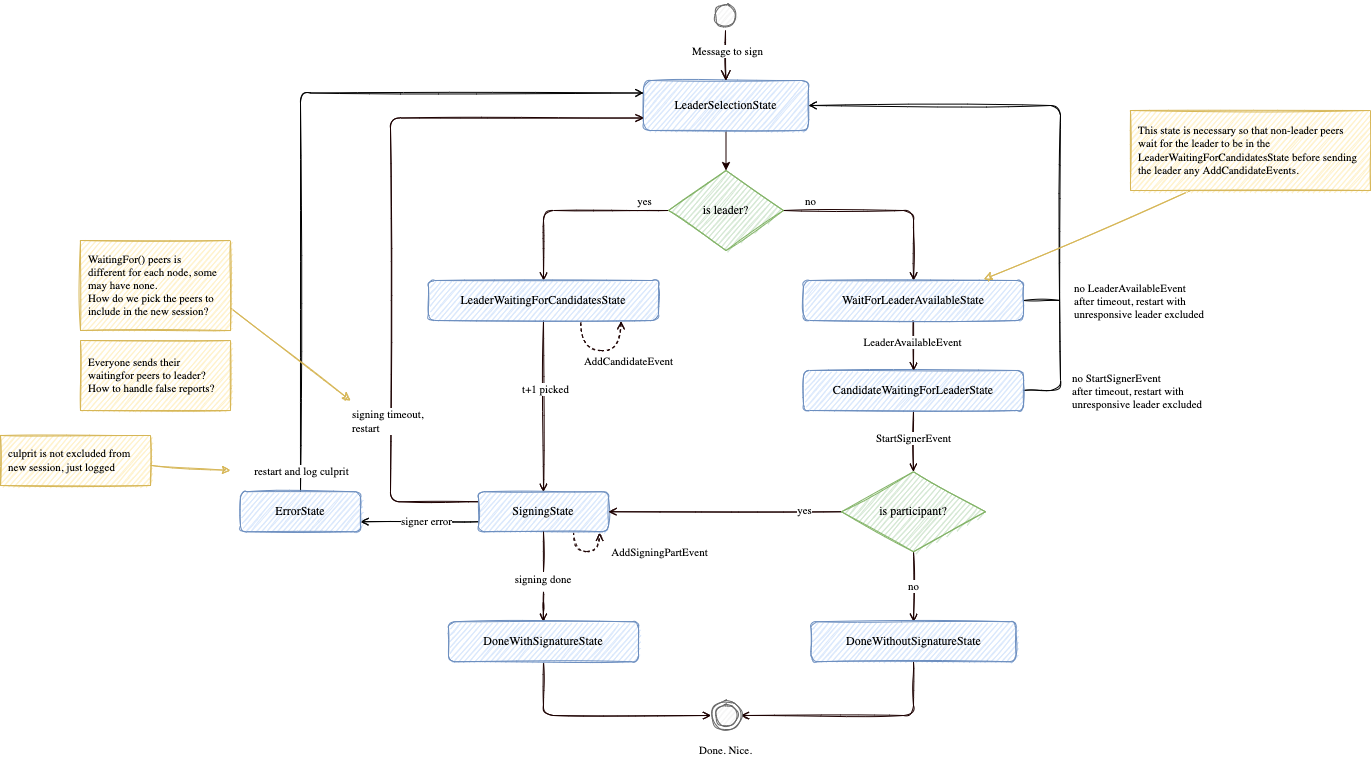
Earlier version of the draw.io export relayer/spec/images/signing_session.drawio.png (Kava-Labs/kava-bridge). Source tidied: cells renumbered, new cells last; positions are measured from the earlier drawing's top-left corner, leaving out a move shared by most shapes.
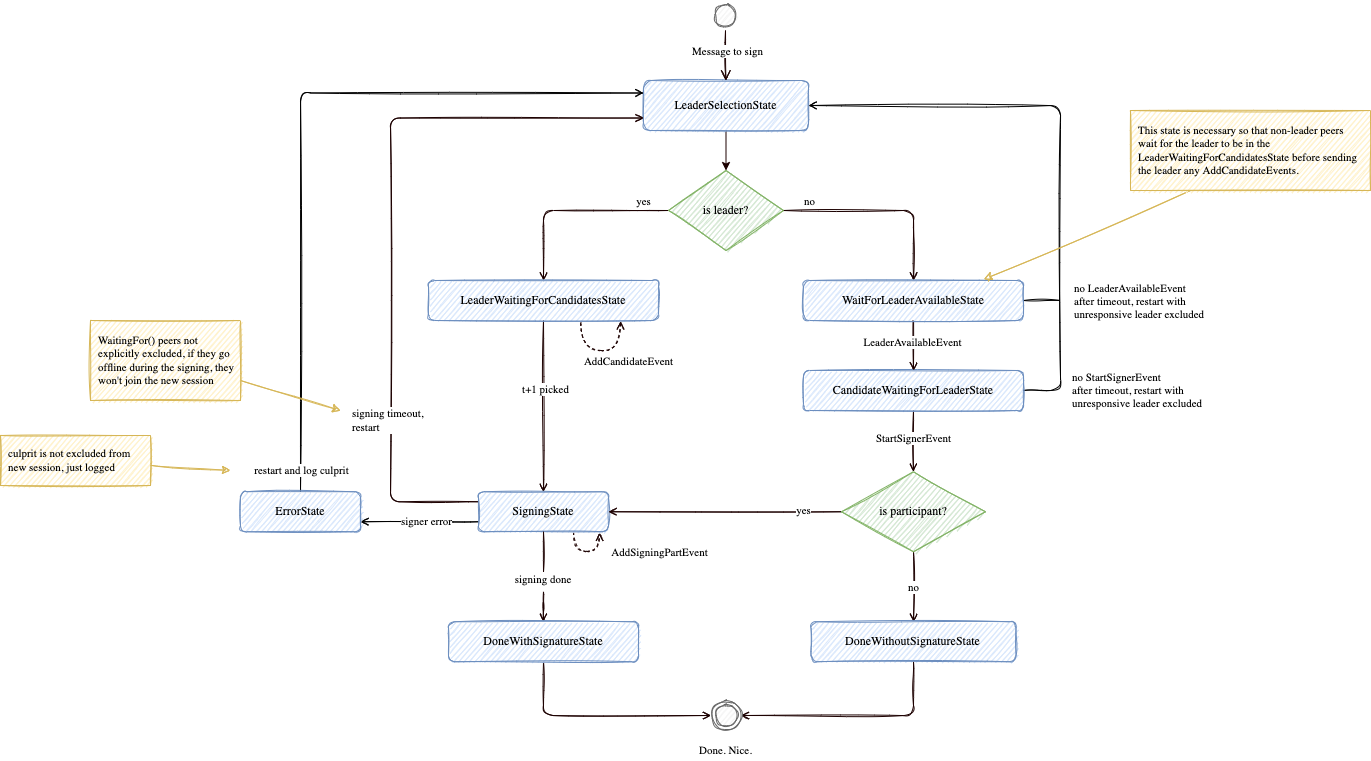
Later version of the same file.

Change to the diagram source:
```diff
@@ -193,11 +193,11 @@
     </mxCell>
     <mxCell id="50" style="edgeStyle=none;rounded=1;sketch=1;jettySize=auto;html=1;labelBorderColor=none;fontFamily=Poppins;fontSource=https%3A%2F%2Ffonts.googleapis.com%2Fcss%3Ffamily%3DPoppins;fontSize=11;strokeColor=#d6b656;elbow=vertical;fillColor=#fff2cc;exitX=1;exitY=0.75;exitDx=0;exitDy=0;" parent="1" edge="1" source="51">
       <mxGeometry relative="1" as="geometry">
-        <mxPoint x="350" y="400" as="targetPoint" />
+        <mxPoint x="340" y="410" as="targetPoint" />
       </mxGeometry>
     </mxCell>
-    <mxCell id="51" value="&lt;div align=&quot;left&quot;&gt;WaitingFor() peers is&amp;nbsp; different for each node, some may have none.&lt;br&gt;How do we pick the peers to include in the new session?&lt;/div&gt;" style="text;html=1;strokeColor=#d6b656;fillColor=#fff2cc;align=left;verticalAlign=middle;whiteSpace=wrap;rounded=0;shadow=0;glass=0;labelBackgroundColor=none;labelBorderColor=none;sketch=1;fontFamily=Poppins;fontSource=https%3A%2F%2Ffonts.googleapis.com%2Fcss%3Ffamily%3DPoppins;fontSize=11;spacing=8;" parent="1" vertex="1">
-      <mxGeometry x="80" y="240" width="150" height="90" as="geometry" />
+    <mxCell id="51" value="&lt;div align=&quot;left&quot;&gt;WaitingFor() peers not explicitly excluded, if they go offline during the signing, they won't join the new session&lt;/div&gt;" style="text;html=1;strokeColor=#d6b656;fillColor=#fff2cc;align=left;verticalAlign=middle;whiteSpace=wrap;rounded=0;shadow=0;glass=0;labelBackgroundColor=none;labelBorderColor=none;sketch=1;fontFamily=Poppins;fontSource=https%3A%2F%2Ffonts.googleapis.com%2Fcss%3Ffamily%3DPoppins;fontSize=11;spacing=8;" parent="1" vertex="1">
+      <mxGeometry x="90" y="320" width="150" height="80" as="geometry" />
     </mxCell>
     <mxCell id="52" style="edgeStyle=none;rounded=1;sketch=1;jettySize=auto;html=1;entryX=0.82;entryY=-0.029;entryDx=0;entryDy=0;entryPerimeter=0;labelBorderColor=none;fontFamily=Poppins;fontSource=https%3A%2F%2Ffonts.googleapis.com%2Fcss%3Ffamily%3DPoppins;fontSize=11;elbow=vertical;exitX=0.25;exitY=1;exitDx=0;exitDy=0;fillColor=#fff2cc;strokeColor=#d6b656;" parent="1" edge="1" source="53" target="42">
       <mxGeometry relative="1" as="geometry" />
@@ -213,8 +213,5 @@
     <mxCell id="55" value="culprit is not excluded from new session, just logged" style="text;html=1;strokeColor=#d6b656;fillColor=#fff2cc;align=left;verticalAlign=middle;whiteSpace=wrap;rounded=0;shadow=0;glass=0;labelBackgroundColor=none;labelBorderColor=none;sketch=1;fontFamily=Poppins;fontSource=https%3A%2F%2Ffonts.googleapis.com%2Fcss%3Ffamily%3DPoppins;fontSize=11;spacing=8;" parent="1" vertex="1">
       <mxGeometry y="435" width="150" height="50" as="geometry" />
     </mxCell>
-    <mxCell id="56" value="Everyone sends their waitingfor peers to leader? How to handle false reports?" style="text;html=1;strokeColor=#d6b656;fillColor=#fff2cc;align=left;verticalAlign=middle;whiteSpace=wrap;rounded=0;shadow=0;glass=0;labelBackgroundColor=none;labelBorderColor=none;sketch=1;fontFamily=Poppins;fontSource=https%3A%2F%2Ffonts.googleapis.com%2Fcss%3Ffamily%3DPoppins;fontSize=11;spacing=8;" parent="1" vertex="1">
-      <mxGeometry x="80" y="340" width="150" height="70" as="geometry" />
-    </mxCell>
   </root>
 </mxGraphModel>
```
